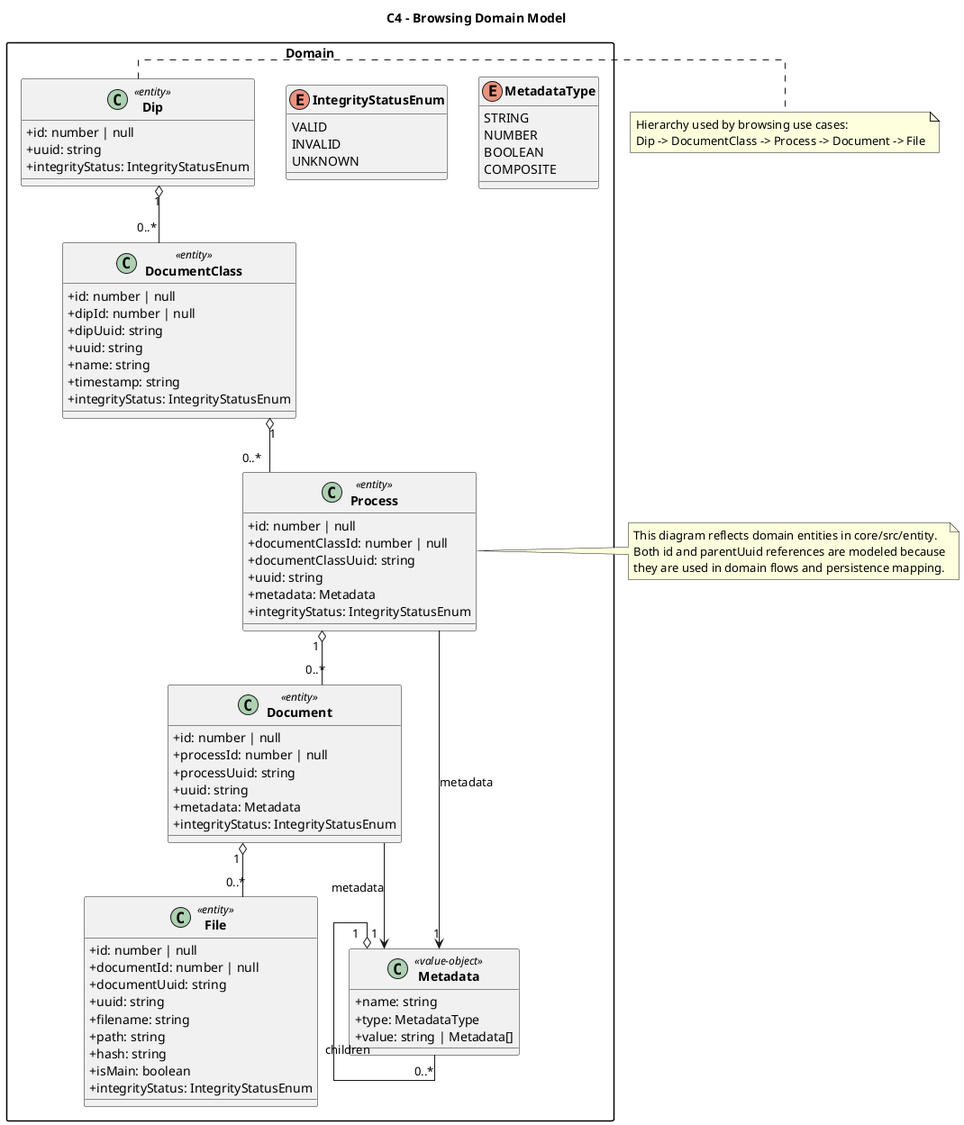
Before: assets/outDiagrammiST/C4_Browsing_Domain.png, a diagram exported from PlantUML (7-ZPUs/Docs).
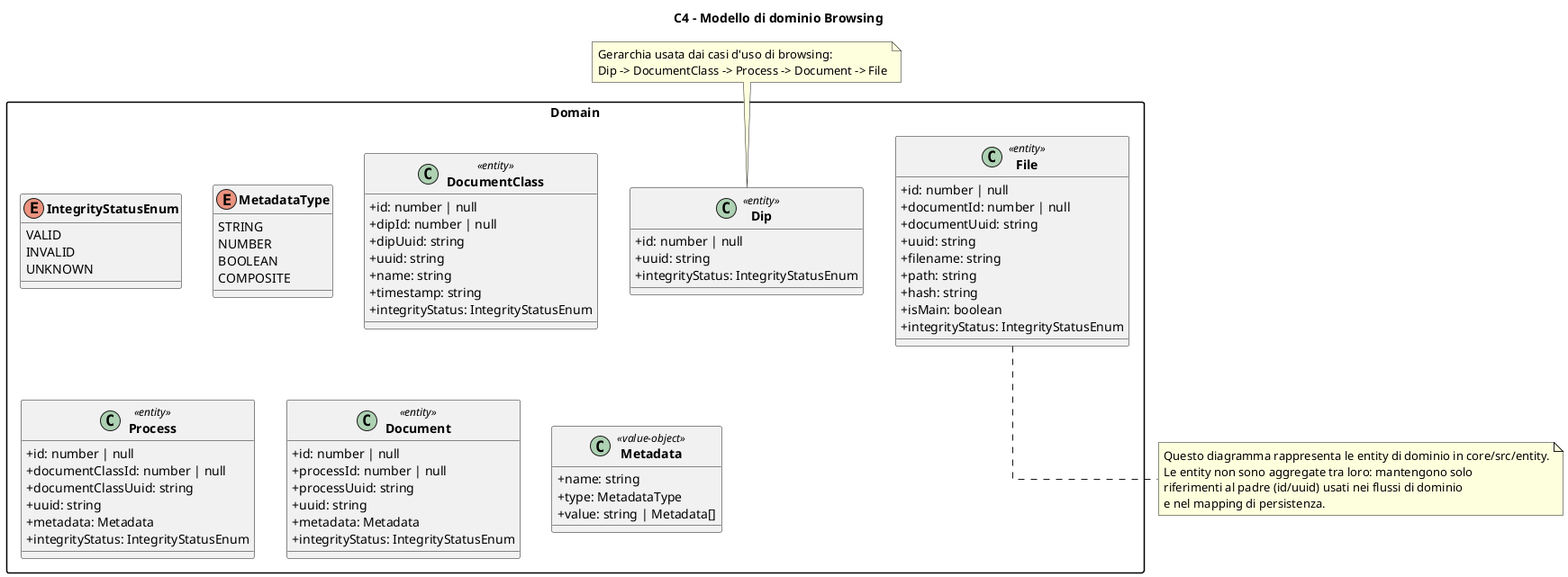
The same file after the commit.

The edit, as a diff of the source:
```diff
@@ -1,6 +1,6 @@
 @startuml C4_Browsing_Domain
 
-title C4 - Browsing Domain Model
+title C4 - Modello di dominio Browsing
 
 top to bottom direction
 skinparam classAttributeIconSize 0
@@ -75,24 +75,16 @@
   }
 }
 
-Dip "1" o-- "0..*" DocumentClass
-DocumentClass "1" o-- "0..*" Process
-Process "1" o-- "0..*" Document
-Document "1" o-- "0..*" File
-
-Process --> "1" Metadata : metadata
-Document --> "1" Metadata : metadata
-Metadata "1" o-- "0..*" Metadata : children
-
-note right of Dip
-Hierarchy used by browsing use cases:
+note top of Dip
+Gerarchia usata dai casi d'uso di browsing:
 Dip -> DocumentClass -> Process -> Document -> File
 end note
 
-note right of Process
-This diagram reflects domain entities in core/src/entity.
-Both id and parentUuid references are modeled because
-they are used in domain flows and persistence mapping.
+note bottom of File
+Questo diagramma rappresenta le entity di dominio in core/src/entity.
+Le entity non sono aggregate tra loro: mantengono solo
+riferimenti al padre (id/uuid) usati nei flussi di dominio
+e nel mapping di persistenza.
 end note
 
 @enduml
```
